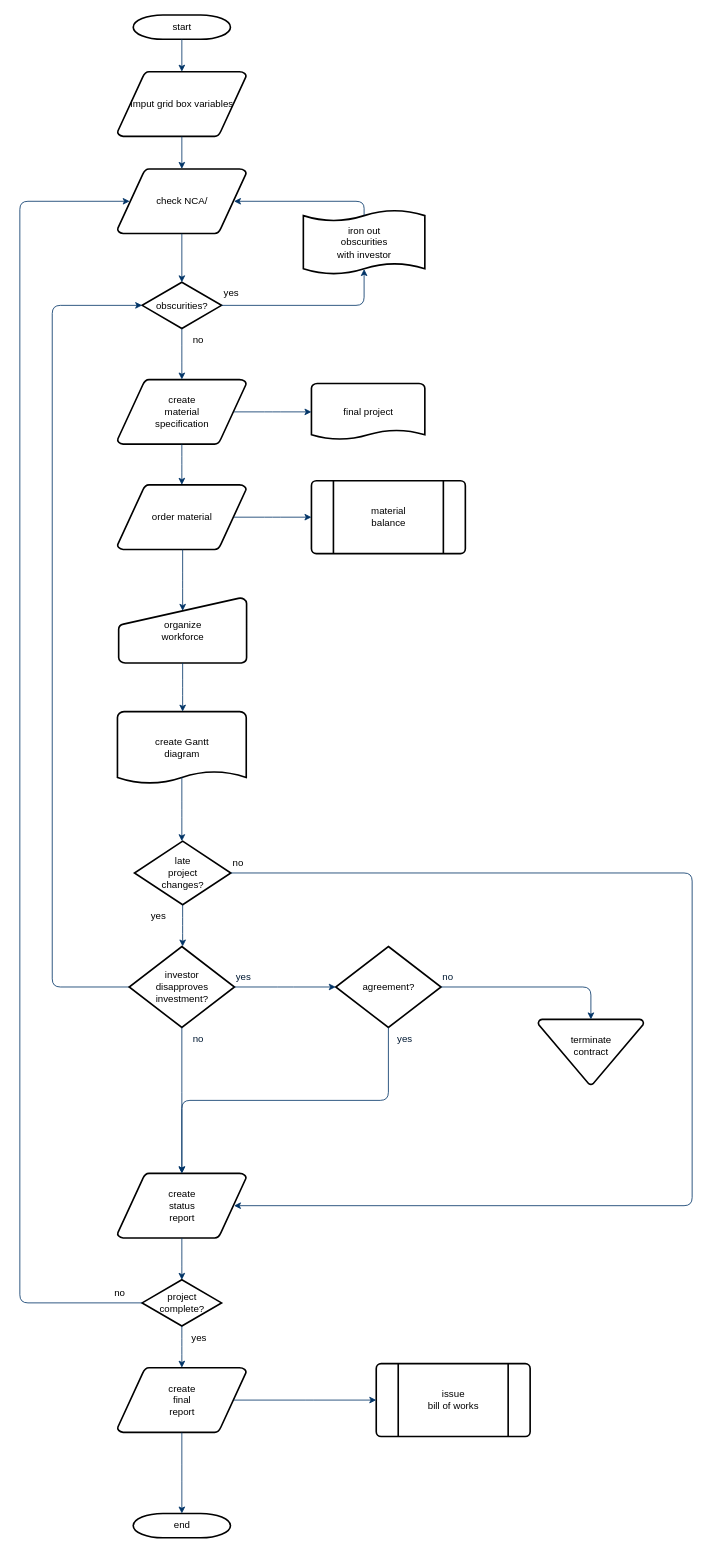
This is mskf-flowchart01.drawio from yuxing79/weather, a draw.io file, before an edit. Source tidied: cells renumbered, new cells numbered last; positions are measured from the earlier drawing's top-left corner, leaving out a move shared by most shapes. Both pictures are drawn from the tidied source at 81%, with x=0, y=0 at pixel (19, 15).
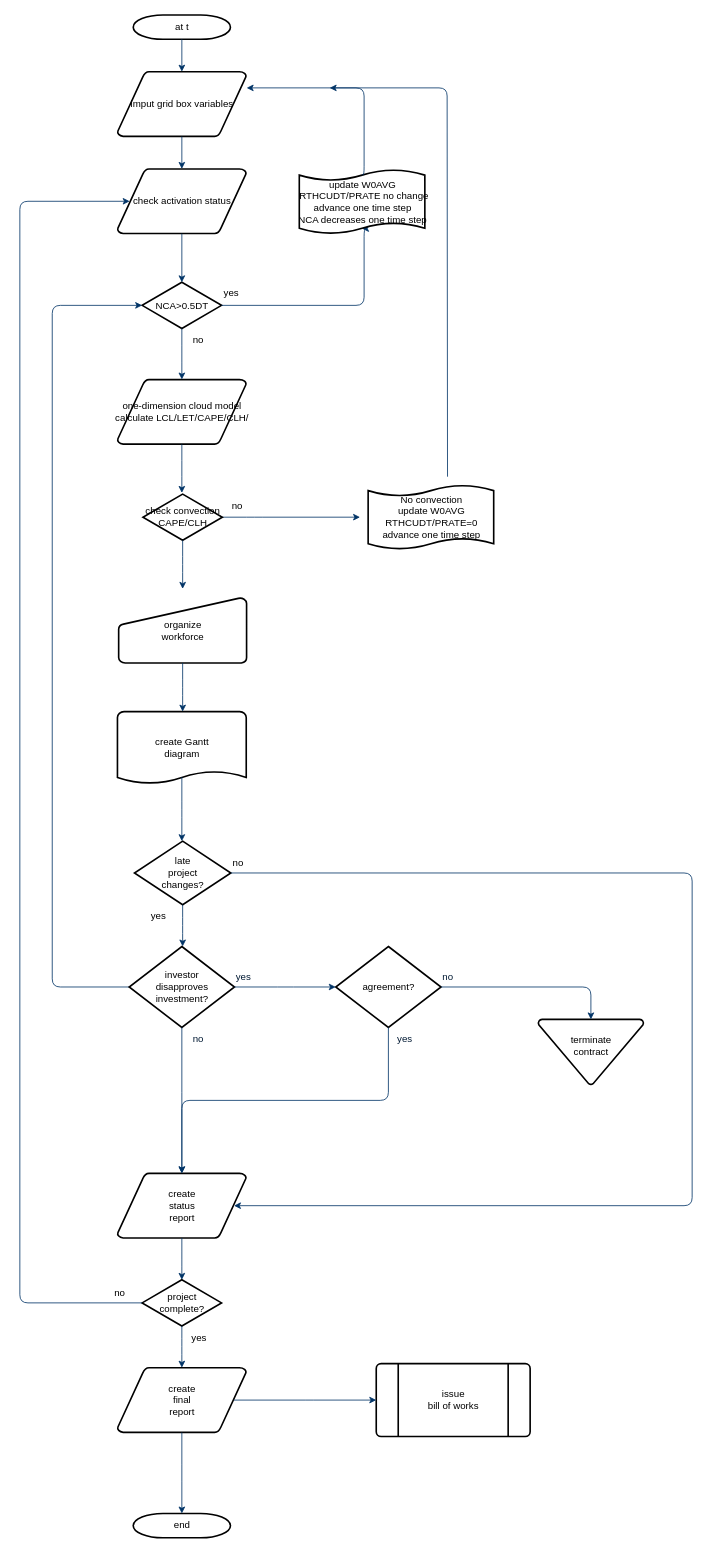
The same page after the edit.

Unchanged cells that the change refers to:
```xml
<mxCell id="20" value="organize &#10;workforce" style="shape=mxgraph.flowchart.manual_input;strokeWidth=2;gradientColor=none;gradientDirection=north;fontStyle=0;html=1;" parent="1" vertex="1">
  <mxGeometry x="122" y="720" width="158" height="80" as="geometry" />
</mxCell>
```

Change to the diagram source:
```diff
@@
-    <mxCell id="2" value="start" style="shape=mxgraph.flowchart.terminator;strokeWidth=2;gradientColor=none;gradientDirection=north;fontStyle=0;html=1;" parent="1" vertex="1">
+    <mxCell id="2" value="at t" style="shape=mxgraph.flowchart.terminator;strokeWidth=2;gradientColor=none;gradientDirection=north;fontStyle=0;html=1;" parent="1" vertex="1">
       <mxGeometry x="140" width="120" height="30" as="geometry" />
     </mxCell>
@@
-    <mxCell id="4" value="create&#10;material&#10;specification" style="shape=mxgraph.flowchart.data;strokeWidth=2;gradientColor=none;gradientDirection=north;fontStyle=0;html=1;" parent="1" vertex="1">
+    <mxCell id="4" value="one-dimension cloud model&lt;br&gt;calculate LCL/LET/CAPE/CLH/" style="shape=mxgraph.flowchart.data;strokeWidth=2;gradientColor=none;gradientDirection=north;fontStyle=0;html=1;" parent="1" vertex="1">
       <mxGeometry x="120.5" y="450" width="159" height="80" as="geometry" />
     </mxCell>
-    <mxCell id="5" value="check NCA/" style="shape=mxgraph.flowchart.data;strokeWidth=2;gradientColor=none;gradientDirection=north;fontStyle=0;html=1;" parent="1" vertex="1">
+    <mxCell id="5" value="check activation status" style="shape=mxgraph.flowchart.data;strokeWidth=2;gradientColor=none;gradientDirection=north;fontStyle=0;html=1;" parent="1" vertex="1">
       <mxGeometry x="120.5" y="190" width="159" height="80" as="geometry" />
     </mxCell>
-    <mxCell id="6" value="obscurities?" style="shape=mxgraph.flowchart.decision;strokeWidth=2;gradientColor=none;gradientDirection=north;fontStyle=0;html=1;" parent="1" vertex="1">
+    <mxCell id="6" value="NCA&amp;gt;0.5DT" style="shape=mxgraph.flowchart.decision;strokeWidth=2;gradientColor=none;gradientDirection=north;fontStyle=0;html=1;" parent="1" vertex="1">
       <mxGeometry x="151" y="330" width="98" height="57" as="geometry" />
     </mxCell>
@@
-    <mxCell id="13" value="order material" style="shape=mxgraph.flowchart.data;strokeWidth=2;gradientColor=none;gradientDirection=north;fontStyle=0;html=1;" parent="1" vertex="1">
-      <mxGeometry x="120.5" y="580" width="159" height="80" as="geometry" />
-    </mxCell>
@@
-    <mxCell id="15" value="final project" style="shape=mxgraph.flowchart.document;strokeWidth=2;gradientColor=none;gradientDirection=north;fontStyle=0;html=1;" parent="1" vertex="1">
-      <mxGeometry x="360" y="455" width="140" height="70" as="geometry" />
-    </mxCell>
-    <mxCell id="16" style="edgeStyle=elbowEdgeStyle;elbow=horizontal;exitX=0.905;exitY=0.5;exitPerimeter=0;fontStyle=1;strokeColor=#003366;strokeWidth=1;html=1;" parent="1" edge="1" source="4" target="15">
-      <mxGeometry as="geometry" />
-    </mxCell>
-    <mxCell id="17" style="edgeStyle=elbowEdgeStyle;elbow=horizontal;fontStyle=1;strokeColor=#003366;strokeWidth=1;html=1;" parent="1" edge="1" source="4" target="13">
-      <mxGeometry as="geometry" />
+    <mxCell id="17" style="edgeStyle=elbowEdgeStyle;elbow=horizontal;fontStyle=1;strokeColor=#003366;strokeWidth=1;html=1;" parent="1" edge="1" source="4">
+      <mxGeometry as="geometry">
+        <mxPoint x="200" y="590" as="targetPoint" />
+      </mxGeometry>
     </mxCell>
-    <mxCell id="18" value="material&#10;balance" style="shape=mxgraph.flowchart.predefined_process;strokeWidth=2;gradientColor=none;gradientDirection=north;fontStyle=0;html=1;" parent="1" vertex="1">
-      <mxGeometry x="360" y="575" width="190" height="90" as="geometry" />
-    </mxCell>
-    <mxCell id="19" style="edgeStyle=elbowEdgeStyle;elbow=horizontal;exitX=0.905;exitY=0.5;exitPerimeter=0;fontStyle=1;strokeColor=#003366;strokeWidth=1;html=1;" parent="1" edge="1" source="13" target="18">
-      <mxGeometry as="geometry" />
+    <mxCell id="19" style="edgeStyle=elbowEdgeStyle;elbow=horizontal;fontStyle=1;strokeColor=#003366;strokeWidth=1;html=1;" parent="1" edge="1" source="56">
+      <mxGeometry as="geometry">
+        <mxPoint x="420" y="620" as="targetPoint" />
+        <Array as="points">
+          <mxPoint x="290" y="620" />
+        </Array>
+      </mxGeometry>
     </mxCell>
@@
-    <mxCell id="21" style="edgeStyle=elbowEdgeStyle;elbow=horizontal;entryX=0.5;entryY=0.195;entryPerimeter=0;fontStyle=1;strokeColor=#003366;strokeWidth=1;html=1;" parent="1" edge="1" source="13" target="20">
-      <mxGeometry as="geometry" />
-    </mxCell>
@@
-    <mxCell id="51" value="iron out&#10;obscurities &#10;with investor" style="shape=mxgraph.flowchart.paper_tape;strokeWidth=2;gradientColor=none;gradientDirection=north;fontStyle=0;html=1;" parent="1" vertex="1">
-      <mxGeometry x="350" y="240" width="150" height="81" as="geometry" />
+    <mxCell id="51" value="update W0AVG&lt;br&gt;&amp;nbsp;RTHCUDT/PRATE no change&lt;br&gt;advance one time step&lt;br&gt;NCA decreases one time step" style="shape=mxgraph.flowchart.paper_tape;strokeWidth=2;gradientColor=none;gradientDirection=north;fontStyle=0;html=1;" parent="1" vertex="1">
+      <mxGeometry x="345" y="190" width="155" height="81" as="geometry" />
     </mxCell>
-    <mxCell id="52" style="edgeStyle=elbowEdgeStyle;elbow=horizontal;exitX=0.5;exitY=0.09;exitPerimeter=0;entryX=0.905;entryY=0.5;entryPerimeter=0;fontStyle=1;strokeColor=#003366;strokeWidth=1;html=1;" parent="1" edge="1" source="51" target="5">
+    <mxCell id="52" style="edgeStyle=elbowEdgeStyle;elbow=horizontal;exitX=0.5;exitY=0.09;exitPerimeter=0;fontStyle=1;strokeColor=#003366;strokeWidth=1;html=1;" parent="1" edge="1" source="51">
       <mxGeometry as="geometry">
+        <mxPoint x="280" y="90" as="targetPoint" />
         <Array as="points">
           <mxPoint x="425" y="240" />
         </Array>
       </mxGeometry>
     </mxCell>
@@
+    <mxCell id="56" value="check convection&lt;br&gt;CAPE/CLH" style="shape=mxgraph.flowchart.decision;strokeWidth=2;gradientColor=none;gradientDirection=north;fontStyle=0;html=1;" parent="1" vertex="1">
+      <mxGeometry x="152" y="591.5" width="98" height="57" as="geometry" />
+    </mxCell>
+    <mxCell id="57" style="edgeStyle=elbowEdgeStyle;elbow=horizontal;fontStyle=1;strokeColor=#003366;strokeWidth=1;html=1;" parent="1" edge="1">
+      <mxGeometry as="geometry">
+        <mxPoint x="201" y="648.5" as="sourcePoint" />
+        <mxPoint x="201" y="708.5" as="targetPoint" />
+      </mxGeometry>
+    </mxCell>
+    <mxCell id="58" value="no" style="text;fontStyle=0;html=1;strokeColor=none;gradientColor=none;fillColor=none;strokeWidth=2;" parent="1" vertex="1">
+      <mxGeometry x="260" y="591.5" width="40" height="26" as="geometry" />
+    </mxCell>
+    <mxCell id="59" value="No convection&lt;br&gt;update W0AVG&lt;br&gt;RTHCUDT/PRATE=0&lt;br&gt;advance one time step" style="shape=mxgraph.flowchart.paper_tape;strokeWidth=2;gradientColor=none;gradientDirection=north;fontStyle=0;html=1;" parent="1" vertex="1">
+      <mxGeometry x="430" y="579.5" width="155" height="81" as="geometry" />
+    </mxCell>
+    <mxCell id="60" style="edgeStyle=elbowEdgeStyle;elbow=horizontal;fontStyle=1;strokeColor=#003366;strokeWidth=1;html=1;" parent="1" edge="1">
+      <mxGeometry as="geometry">
+        <mxPoint x="528" y="570" as="sourcePoint" />
+        <mxPoint x="382.5" y="90" as="targetPoint" />
+        <Array as="points">
+          <mxPoint x="527.5" y="240" />
+        </Array>
+      </mxGeometry>
+    </mxCell>
```
